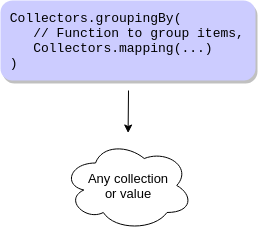
giuseppeiacono/OCP-Java-SE-8 keeps this draw.io diagram as streams/readme_resources/mapping-by-function.png. Above is the earlier version. Source tidied: cells renumbered, new cells last; positions are measured from the earlier drawing's top-left corner, leaving out a move shared by most shapes.
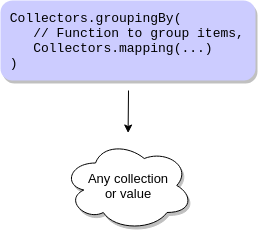
The same diagram one commit later.

What changed in the source:
```diff
@@ -11,7 +11,7 @@
     <mxCell id="3" value="&lt;span style=&quot;color: rgb(0 , 0 , 0) ; font-family: &amp;#34;courier new&amp;#34; ; font-size: 13px ; font-style: normal ; font-weight: 400 ; letter-spacing: normal ; text-indent: 0px ; text-transform: none ; word-spacing: 0px ; float: none ; display: inline&quot;&gt;&amp;nbsp;Collectors.groupingBy(&lt;br&gt;&amp;nbsp; &amp;nbsp; // Function to group items,&lt;br&gt;&amp;nbsp; &amp;nbsp; Collectors.mapping(...)&lt;br&gt;&lt;div&gt;&amp;nbsp;)&lt;/div&gt;&lt;/span&gt;" style="rounded=1;whiteSpace=wrap;html=1;shadow=1;strokeColor=none;fillColor=#CCCCFF;fontFamily=Courier New;fontSize=13;labelBackgroundColor=#CCCCFF;align=left;" parent="1" vertex="1">
       <mxGeometry width="255" height="80" as="geometry" />
     </mxCell>
-    <mxCell id="4" value="&lt;font style=&quot;font-size: 13px&quot;&gt;Any collection&lt;br&gt;or value&lt;/font&gt;" style="ellipse;shape=cloud;whiteSpace=wrap;html=1;" parent="1" vertex="1">
+    <mxCell id="4" value="&lt;font style=&quot;font-size: 13px&quot;&gt;Any collection&lt;br&gt;or value&lt;/font&gt;" style="ellipse;shape=cloud;whiteSpace=wrap;html=1;shadow=1;" parent="1" vertex="1">
       <mxGeometry x="62.5" y="140" width="130" height="90" as="geometry" />
     </mxCell>
   </root>
```
